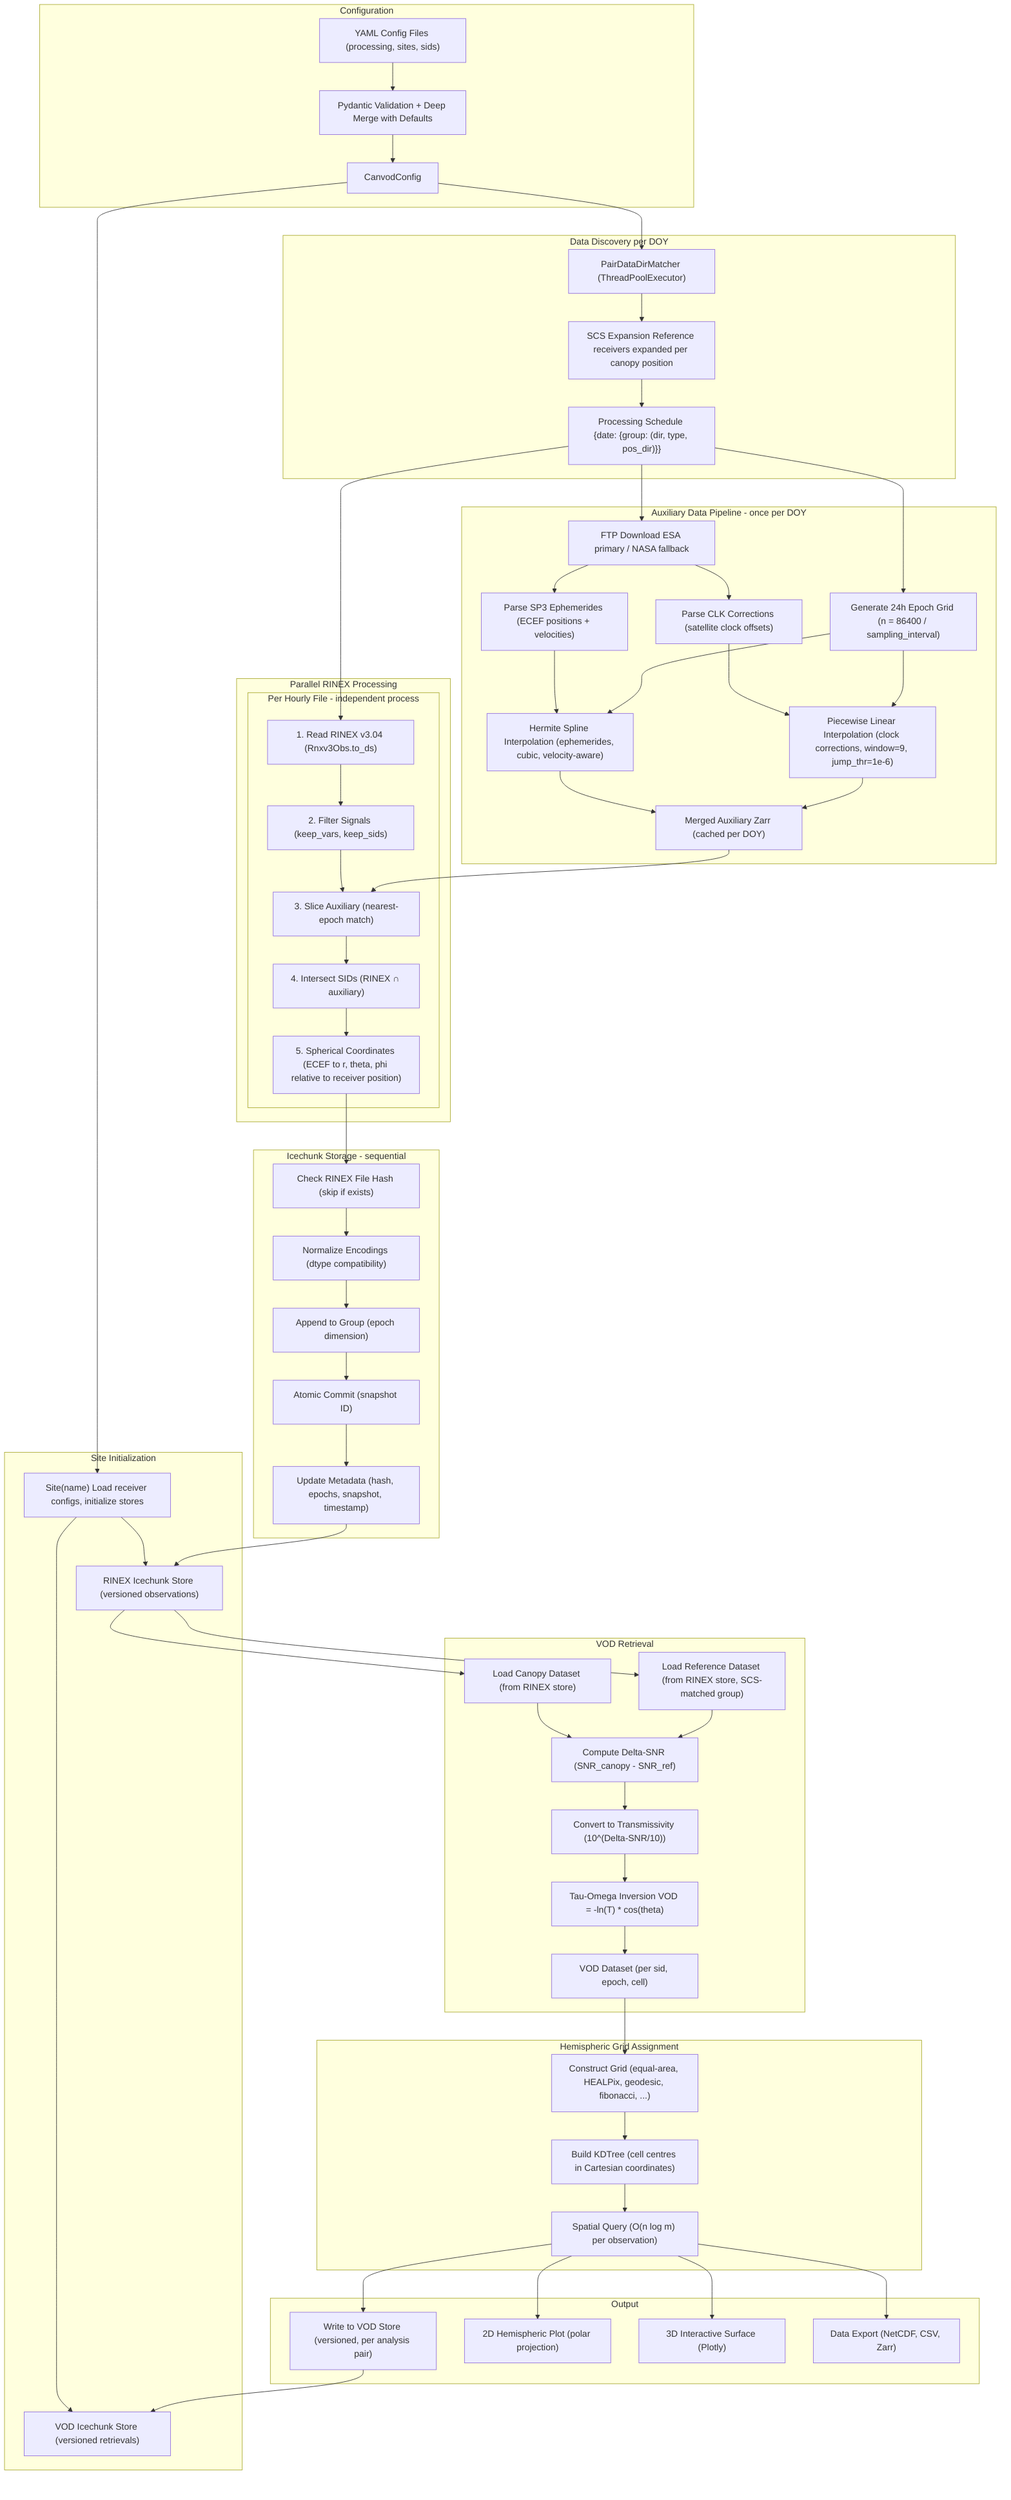
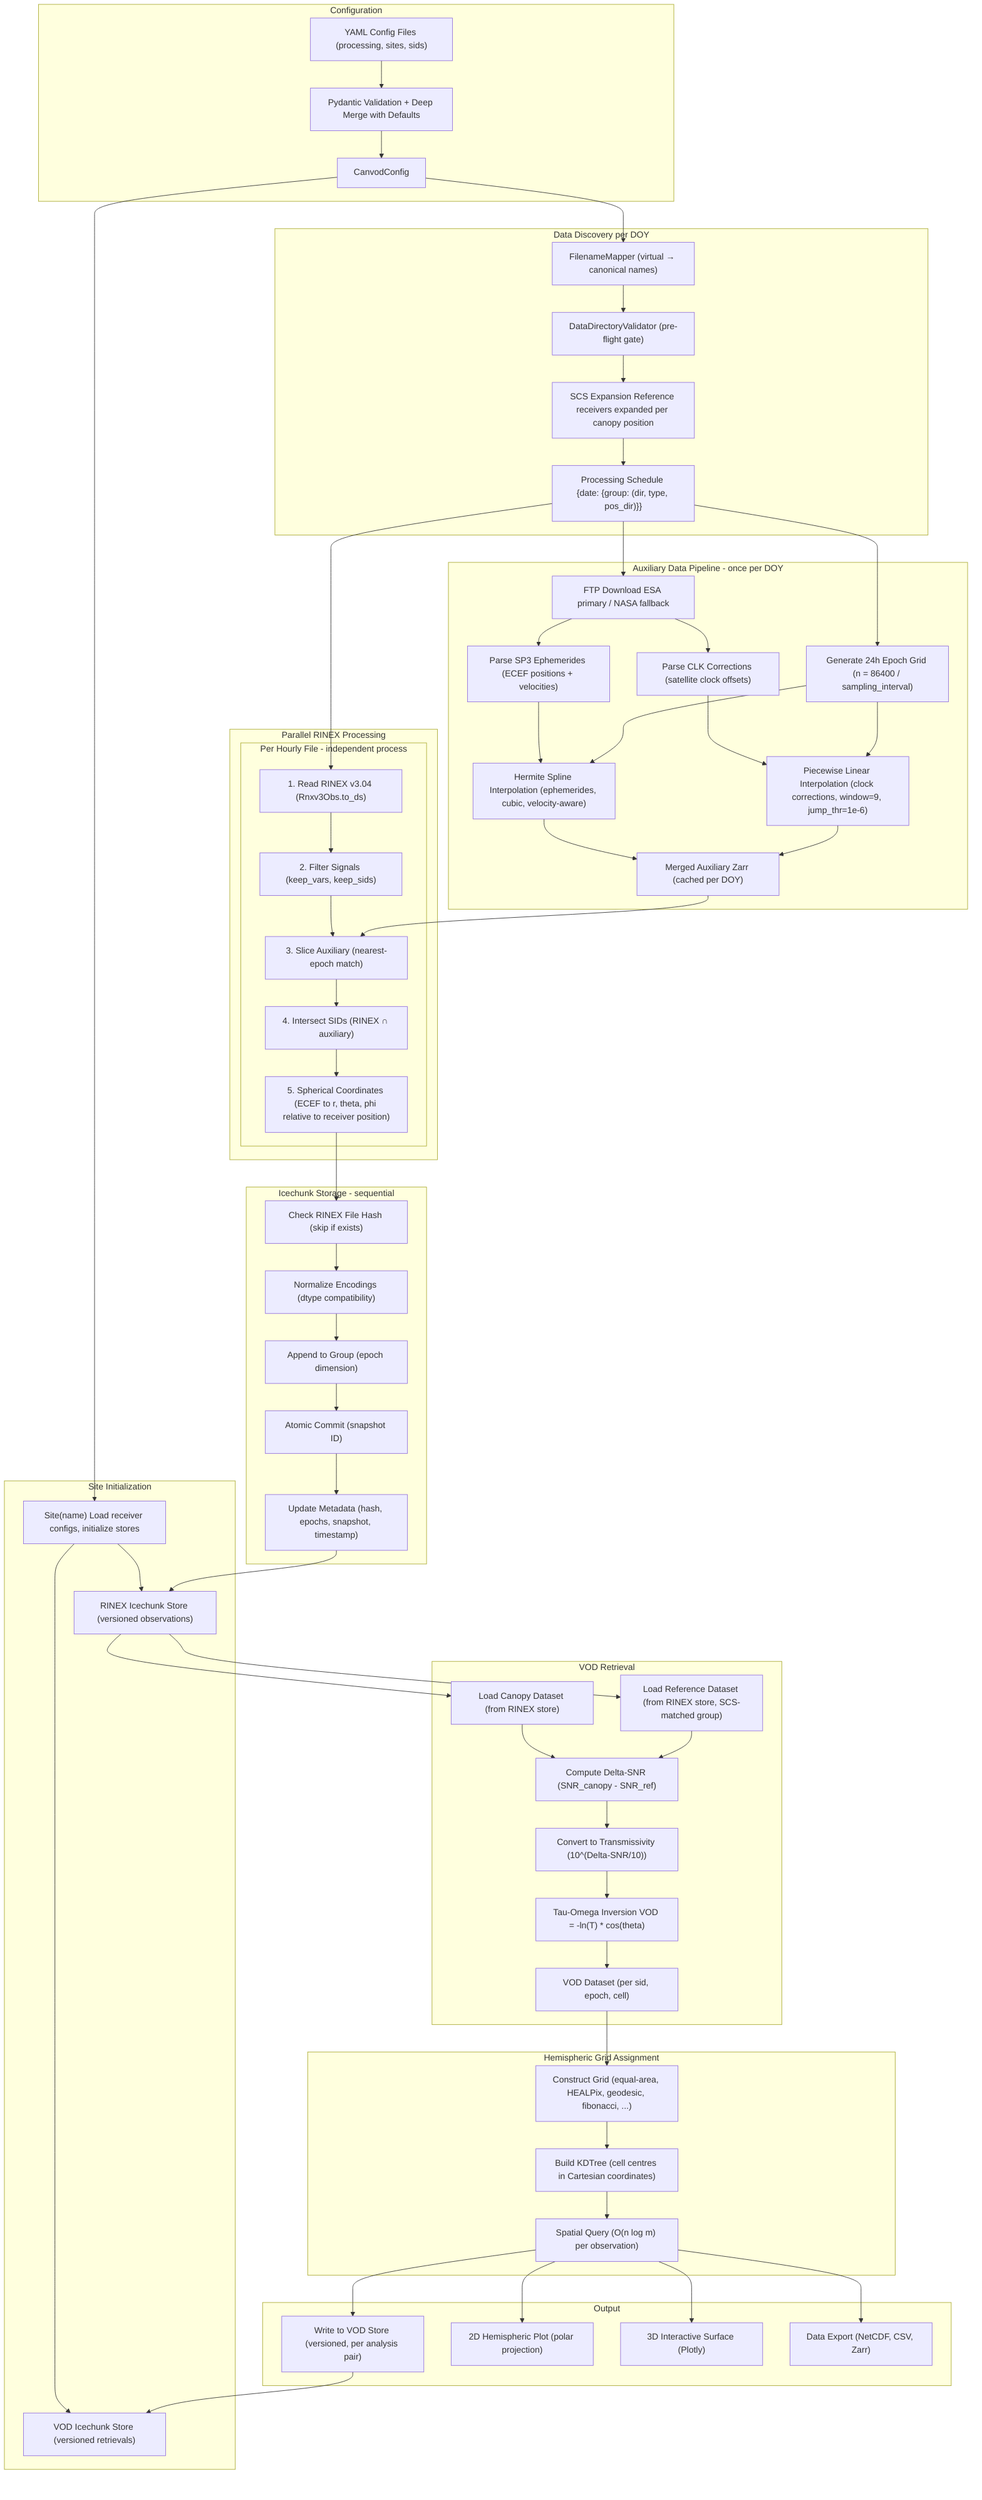
flowchart TD
    %% ── Configuration ──
    subgraph CFG[Configuration]
        YAML["YAML Config Files (processing, sites, sids)"]
        PYDANTIC["Pydantic Validation + Deep Merge with Defaults"]
        CONFIG["CanvodConfig"]
    end

    %% ── Site Initialization ──
    subgraph INIT[Site Initialization]
        SITE["Site(name) Load receiver configs, initialize stores"]
        RINEX_STORE["RINEX Icechunk Store (versioned observations)"]
        VOD_STORE["VOD Icechunk Store (versioned retrievals)"]
    end

    %% ── Data Discovery ──
    subgraph DISCOVERY[Data Discovery per DOY]
-         MATCHER["PairDataDirMatcher (ThreadPoolExecutor)"]
+         MAPPER["FilenameMapper (virtual → canonical names)"]
+         VALIDATOR["DataDirectoryValidator (pre-flight gate)"]
        EXPAND["SCS Expansion Reference receivers expanded per canopy position"]
        SCHEDULE["Processing Schedule {date: {group: (dir, type, pos_dir)}}"]
    end

    %% ── Auxiliary Data (once per DOY) ──
    subgraph AUX[Auxiliary Data Pipeline - once per DOY]
        FTP["FTP Download ESA primary / NASA fallback"]
        SP3_PARSE["Parse SP3 Ephemerides (ECEF positions + velocities)"]
        CLK_PARSE["Parse CLK Corrections (satellite clock offsets)"]
        EPOCH_GRID["Generate 24h Epoch Grid (n = 86400 / sampling_interval)"]
        HERMITE["Hermite Spline Interpolation (ephemerides, cubic, velocity-aware)"]
        LINEAR["Piecewise Linear Interpolation (clock corrections, window=9, jump_thr=1e-6)"]
        AUX_ZARR["Merged Auxiliary Zarr (cached per DOY)"]
    end

    %% ── Parallel RINEX Processing ──
    subgraph PARALLEL[Parallel RINEX Processing]
        subgraph WORKER[Per Hourly File - independent process]
            READ["1. Read RINEX v3.04 (Rnxv3Obs.to_ds)"]
            FILTER["2. Filter Signals (keep_vars, keep_sids)"]
            SLICE_AUX["3. Slice Auxiliary (nearest-epoch match)"]
            COMMON_SID["4. Intersect SIDs (RINEX ∩ auxiliary)"]
            SPHERICAL["5. Spherical Coordinates (ECEF to r, theta, phi relative to receiver position)"]
        end
    end

    %% ── Storage ──
    subgraph WRITE[Icechunk Storage - sequential]
        HASH_CHECK["Check RINEX File Hash (skip if exists)"]
        NORMALIZE["Normalize Encodings (dtype compatibility)"]
        APPEND["Append to Group (epoch dimension)"]
        COMMIT["Atomic Commit (snapshot ID)"]
        META["Update Metadata (hash, epochs, snapshot, timestamp)"]
    end

    %% ── VOD Retrieval ──
    subgraph VOD[VOD Retrieval]
        LOAD_C["Load Canopy Dataset (from RINEX store)"]
        LOAD_R["Load Reference Dataset (from RINEX store, SCS-matched group)"]
        DELTA["Compute Delta-SNR (SNR_canopy - SNR_ref)"]
        TRANSMISSIVITY["Convert to Transmissivity (10^(Delta-SNR/10))"]
        TAU["Tau-Omega Inversion VOD = -ln(T) * cos(theta)"]
        VOD_DS["VOD Dataset (per sid, epoch, cell)"]
    end

    %% ── Grid Assignment ──
    subgraph GRID[Hemispheric Grid Assignment]
        BUILD_GRID["Construct Grid (equal-area, HEALPix, geodesic, fibonacci, ...)"]
        KDTREE["Build KDTree (cell centres in Cartesian coordinates)"]
        ASSIGN["Spatial Query (O(n log m) per observation)"]
    end

    %% ── Output ──
    subgraph OUTPUT[Output]
        VOD_WRITE["Write to VOD Store (versioned, per analysis pair)"]
        VIZ_2D["2D Hemispheric Plot (polar projection)"]
        VIZ_3D["3D Interactive Surface (Plotly)"]
        EXPORT["Data Export (NetCDF, CSV, Zarr)"]
    end

    %% ── Connections ──

    %% Config flow
    YAML --> PYDANTIC --> CONFIG
    CONFIG --> SITE
    SITE --> RINEX_STORE
    SITE --> VOD_STORE

    %% Discovery
-     CONFIG --> MATCHER
-     MATCHER --> EXPAND
+     CONFIG --> MAPPER
+     MAPPER --> VALIDATOR
+     VALIDATOR --> EXPAND
    EXPAND --> SCHEDULE

    %% Auxiliary pipeline
    SCHEDULE --> FTP
    FTP --> SP3_PARSE
    FTP --> CLK_PARSE
    SP3_PARSE --> HERMITE
    CLK_PARSE --> LINEAR
    SCHEDULE --> EPOCH_GRID
    EPOCH_GRID --> HERMITE
    EPOCH_GRID --> LINEAR
    HERMITE --> AUX_ZARR
    LINEAR --> AUX_ZARR

    %% Parallel processing
    SCHEDULE --> READ
    READ --> FILTER
    FILTER --> SLICE_AUX
    AUX_ZARR --> SLICE_AUX
    SLICE_AUX --> COMMON_SID
    COMMON_SID --> SPHERICAL

    %% Storage
    SPHERICAL --> HASH_CHECK
    HASH_CHECK --> NORMALIZE
    NORMALIZE --> APPEND
    APPEND --> COMMIT
    COMMIT --> META
    META --> RINEX_STORE

    %% VOD
    RINEX_STORE --> LOAD_C
    RINEX_STORE --> LOAD_R
    LOAD_C --> DELTA
    LOAD_R --> DELTA
    DELTA --> TRANSMISSIVITY
    TRANSMISSIVITY --> TAU
    TAU --> VOD_DS

    %% Grid
    VOD_DS --> BUILD_GRID
    BUILD_GRID --> KDTREE
    KDTREE --> ASSIGN

    %% Output
    ASSIGN --> VOD_WRITE
    VOD_WRITE --> VOD_STORE
    ASSIGN --> VIZ_2D
    ASSIGN --> VIZ_3D
    ASSIGN --> EXPORT
